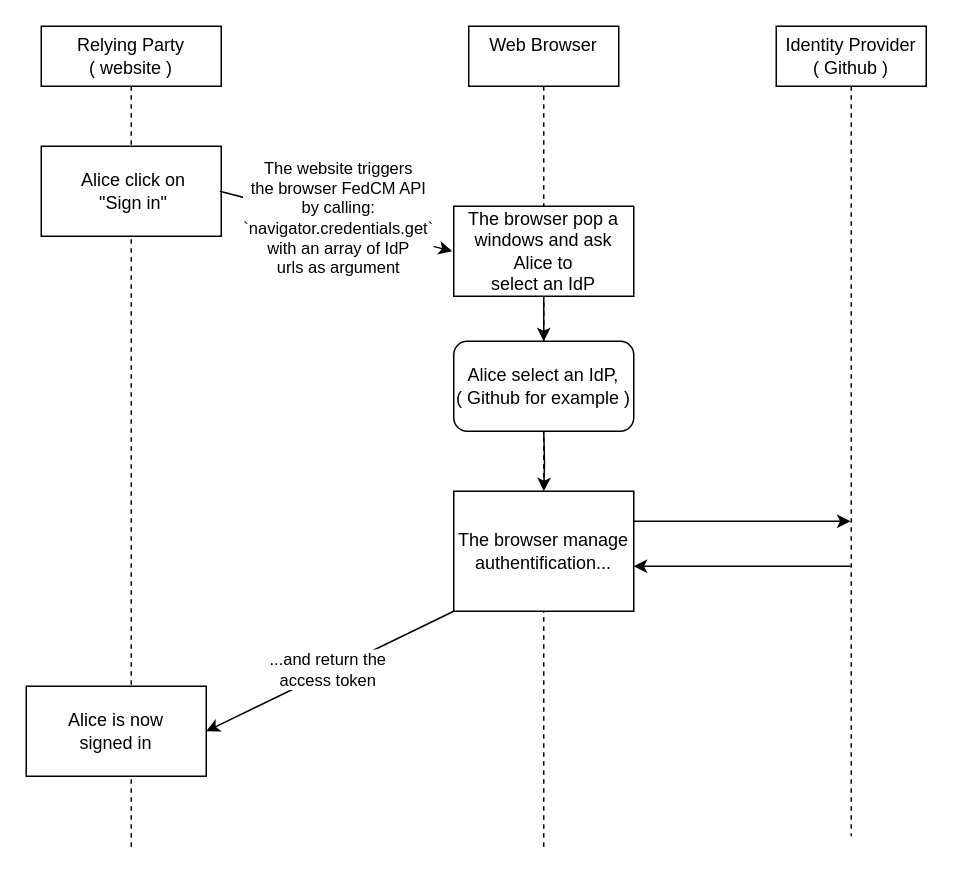
The draw.io diagram with_fedcm.drawio in thhck/assets, before the edit. Source tidied: cells renumbered, new cells numbered last; positions are measured from the earlier drawing's top-left corner, leaving out a move shared by most shapes. Both pictures are drawn from the tidied source at 150%, with x=0, y=0 at pixel (26, 26).
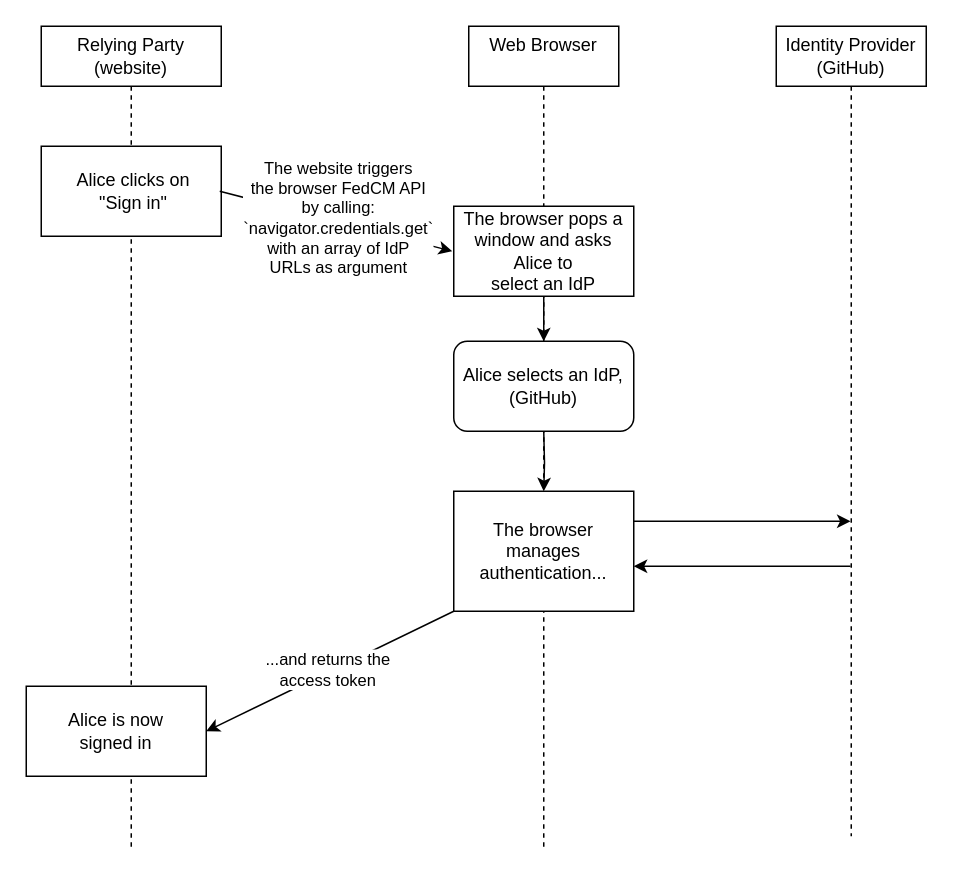
Above is the later version.

The change refers to these unchanged cells:
```xml
<mxCell id="7" style="endArrow=classic;html=1;rounded=0;exitX=1;exitY=0.5;exitDx=0;exitDy=0;entryX=0;entryY=0.5;entryDx=0;entryDy=0;" parent="1" edge="1">
  <mxGeometry relative="1" as="geometry">
    <mxPoint x="129" y="110" as="sourcePoint" />
    <mxPoint x="284" y="150" as="targetPoint" />
  </mxGeometry>
</mxCell>
<mxCell id="14" style="endArrow=classic;html=1;rounded=0;entryX=1;entryY=0.5;entryDx=0;entryDy=0;exitX=0;exitY=1;exitDx=0;exitDy=0;" parent="1" edge="1" source="12" target="9">
  <mxGeometry relative="1" as="geometry" />
</mxCell>
```

Diff of the diagram source:
```diff
@@
-    <mxCell id="2" value="&lt;div&gt;Relying Party &lt;br&gt;&lt;/div&gt;&lt;div&gt;( website ) &lt;/div&gt;" style="shape=umlLifeline;perimeter=lifelinePerimeter;whiteSpace=wrap;html=1;newEdgeStyle={&quot;edgeStyle&quot;:&quot;elbowEdgeStyle&quot;,&quot;elbow&quot;:&quot;vertical&quot;,&quot;curved&quot;:0,&quot;rounded&quot;:0};" parent="1" vertex="1">
+    <mxCell id="2" value="&lt;div&gt;Relying Party &lt;br&gt;&lt;/div&gt;&lt;div&gt;(website) &lt;/div&gt;" style="shape=umlLifeline;perimeter=lifelinePerimeter;whiteSpace=wrap;html=1;newEdgeStyle={&quot;edgeStyle&quot;:&quot;elbowEdgeStyle&quot;,&quot;elbow&quot;:&quot;vertical&quot;,&quot;curved&quot;:0,&quot;rounded&quot;:0};" parent="1" vertex="1">
       <mxGeometry x="10" width="120" height="550" as="geometry" />
     </mxCell>
@@
-    <mxCell id="5" value="The browser pop a windows and ask Alice to &lt;br&gt;select an IdP" style="rounded=0;whiteSpace=wrap;html=1;" parent="1" vertex="1">
+    <mxCell id="5" value="The browser pops a window and asks Alice to &lt;br&gt;select an IdP" style="rounded=0;whiteSpace=wrap;html=1;" parent="1" vertex="1">
       <mxGeometry x="285" y="120" width="120" height="60" as="geometry" />
     </mxCell>
-    <mxCell id="6" value="&lt;div align=&quot;center&quot;&gt;&lt;font style=&quot;font-size: 12px;&quot;&gt;&amp;nbsp;Alice click on&lt;/font&gt;&lt;/div&gt;&lt;div align=&quot;center&quot;&gt;&lt;font style=&quot;font-size: 12px;&quot;&gt;&amp;nbsp;&quot;Sign in&quot;&lt;/font&gt;&lt;/div&gt;" style="rounded=0;whiteSpace=wrap;html=1;align=center;" parent="1" vertex="1">
+    <mxCell id="6" value="&lt;div align=&quot;center&quot;&gt;&lt;font style=&quot;font-size: 12px;&quot;&gt;&amp;nbsp;Alice clicks on&lt;/font&gt;&lt;/div&gt;&lt;div align=&quot;center&quot;&gt;&lt;font style=&quot;font-size: 12px;&quot;&gt;&amp;nbsp;&quot;Sign in&quot;&lt;/font&gt;&lt;/div&gt;" style="rounded=0;whiteSpace=wrap;html=1;align=center;" parent="1" vertex="1">
       <mxGeometry x="10" y="80" width="120" height="60" as="geometry" />
     </mxCell>
@@
-    <mxCell id="8" value="&lt;div&gt;The website triggers &lt;br&gt;&lt;/div&gt;&lt;div&gt;the browser FedCM API &lt;br&gt;&lt;/div&gt;&lt;div&gt;by calling:&lt;br&gt;`navigator.credentials.get`&lt;br&gt;&lt;/div&gt;&lt;div&gt;with an array of IdP &lt;br&gt;&lt;/div&gt;&lt;div&gt;urls as argument&lt;/div&gt;" style="edgeLabel;html=1;align=center;verticalAlign=middle;" parent="7" vertex="1">
+    <mxCell id="8" value="&lt;div&gt;The website triggers &lt;br&gt;&lt;/div&gt;&lt;div&gt;the browser FedCM API &lt;br&gt;&lt;/div&gt;&lt;div&gt;by calling:&lt;br&gt;`navigator.credentials.get`&lt;br&gt;&lt;/div&gt;&lt;div&gt;with an array of IdP &lt;br&gt;&lt;/div&gt;&lt;div&gt;URLs as argument&lt;/div&gt;" style="edgeLabel;html=1;align=center;verticalAlign=middle;" parent="7" vertex="1">
       <mxGeometry y="3" relative="1" as="geometry" />
     </mxCell>
@@
-    <mxCell id="10" value="&lt;div&gt;Identity Provider&lt;/div&gt;&lt;div&gt;( Github )&lt;br&gt;&lt;/div&gt;" style="shape=umlLifeline;perimeter=lifelinePerimeter;whiteSpace=wrap;html=1;outlineConnect=0;portConstraint=eastwest;newEdgeStyle={&quot;edgeStyle&quot;:&quot;elbowEdgeStyle&quot;,&quot;elbow&quot;:&quot;vertical&quot;,&quot;curved&quot;:0,&quot;rounded&quot;:0};" parent="1" vertex="1">
+    <mxCell id="10" value="&lt;div&gt;Identity Provider&lt;/div&gt;&lt;div&gt;(GitHub)&lt;br&gt;&lt;/div&gt;" style="shape=umlLifeline;perimeter=lifelinePerimeter;whiteSpace=wrap;html=1;outlineConnect=0;portConstraint=eastwest;newEdgeStyle={&quot;edgeStyle&quot;:&quot;elbowEdgeStyle&quot;,&quot;elbow&quot;:&quot;vertical&quot;,&quot;curved&quot;:0,&quot;rounded&quot;:0};" parent="1" vertex="1">
       <mxGeometry x="500" width="100" height="540" as="geometry" />
     </mxCell>
@@
-    <mxCell id="12" value="The browser manage authentification..." style="whiteSpace=wrap;html=1;rounded=0;" parent="1" vertex="1">
+    <mxCell id="12" value="The browser manages authentication..." style="whiteSpace=wrap;html=1;rounded=0;" parent="1" vertex="1">
       <mxGeometry x="285" y="310" width="120" height="80" as="geometry" />
     </mxCell>
@@
-    <mxCell id="15" value="&lt;div&gt;...and return the&lt;/div&gt;&lt;div&gt;access token&lt;br&gt;&lt;/div&gt;" style="edgeLabel;html=1;align=center;verticalAlign=middle;" parent="14" vertex="1">
+    <mxCell id="15" value="&lt;div&gt;...and returns the&lt;/div&gt;&lt;div&gt;access token&lt;br&gt;&lt;/div&gt;" style="edgeLabel;html=1;align=center;verticalAlign=middle;" parent="14" vertex="1">
       <mxGeometry x="0.01" y="-2" relative="1" as="geometry" />
     </mxCell>
-    <mxCell id="16" value="Alice select an IdP,&lt;br&gt;( Github for example ) &lt;br&gt; " style="rounded=1;whiteSpace=wrap;html=1;" parent="1" vertex="1">
+    <mxCell id="16" value="Alice selects an IdP,&lt;br&gt;(GitHub) &lt;br&gt; " style="rounded=1;whiteSpace=wrap;html=1;" parent="1" vertex="1">
       <mxGeometry x="285" y="210" width="120" height="60" as="geometry" />
     </mxCell>
```
